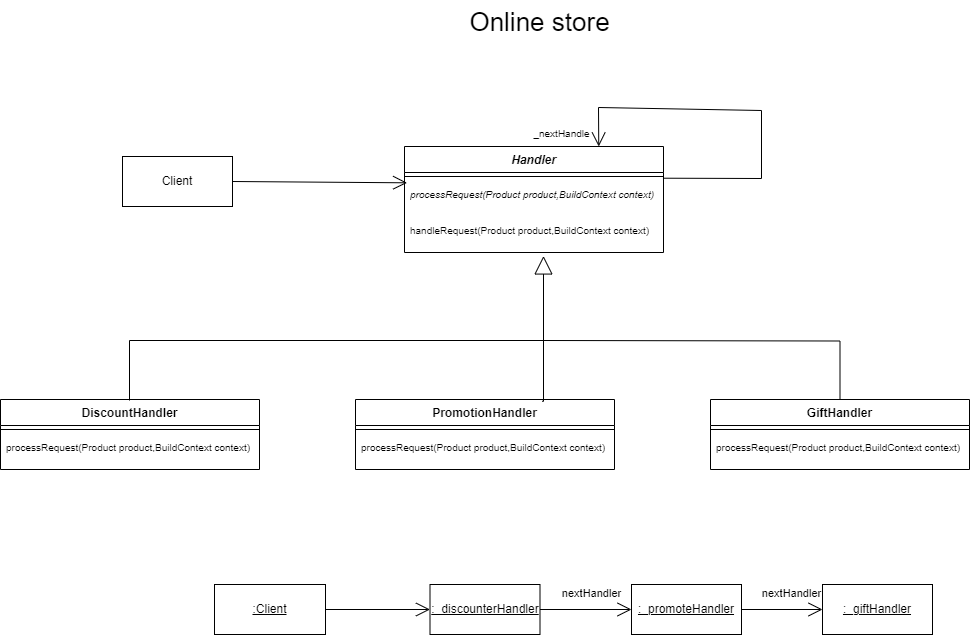
The draw.io diagram diagram.drawio.png in xiangxiang3451/OOAP_03, before a commit. Source tidied: cells renumbered, new cells last; positions are measured from the earlier drawing's top-left corner, leaving out a move shared by most shapes.
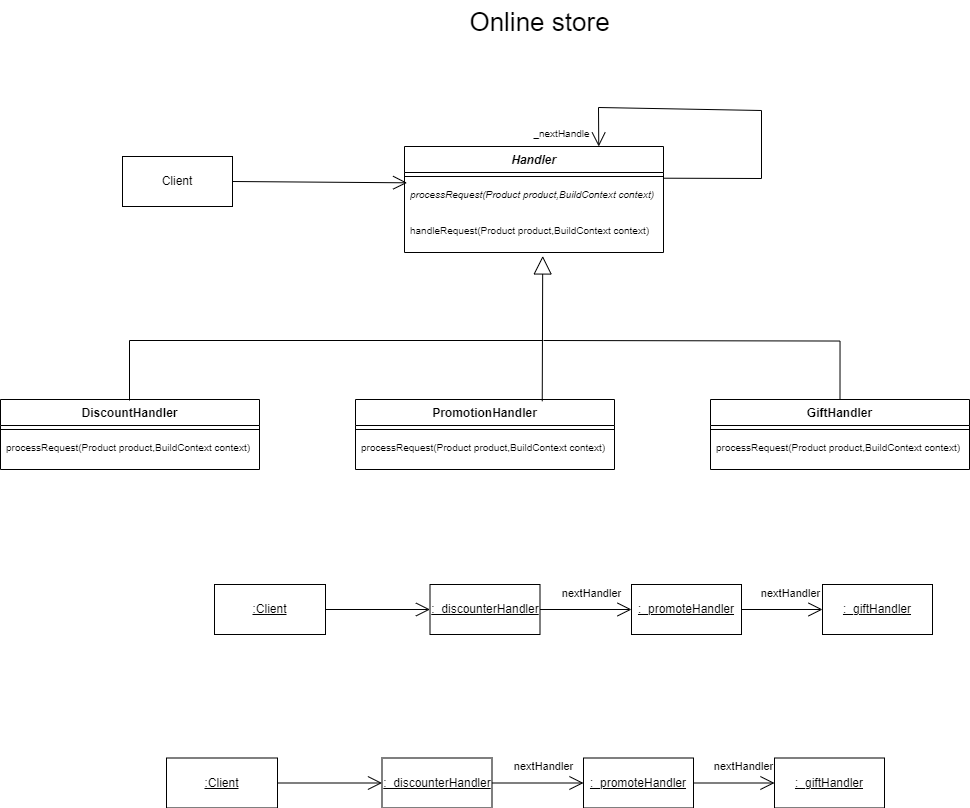
After the change.

The edit, as a diff of the source:
```diff
@@ -107,5 +107,32 @@
     <mxCell id="31" value="&lt;font style=&quot;font-size: 11px;&quot;&gt;nextHandler&lt;/font&gt;" style="text;html=1;align=center;verticalAlign=middle;strokeColor=none;fillColor=none;fontSize=16;" parent="1" vertex="1">
       <mxGeometry x="752" y="575.5" width="77" height="31" as="geometry" />
     </mxCell>
+    <mxCell id="32" value="&lt;u&gt;:Client&lt;/u&gt;" style="html=1;whiteSpace=wrap;" parent="1" vertex="1">
+      <mxGeometry x="166" y="757.5" width="111" height="50" as="geometry" />
+    </mxCell>
+    <mxCell id="33" value="&lt;u&gt;:_discounterHandler&lt;/u&gt;" style="html=1;whiteSpace=wrap;" parent="1" vertex="1">
+      <mxGeometry x="381.5" y="757.5" width="110" height="50" as="geometry" />
+    </mxCell>
+    <mxCell id="34" value="&lt;u&gt;:_promoteHandler&lt;/u&gt;" style="html=1;whiteSpace=wrap;" parent="1" vertex="1">
+      <mxGeometry x="583" y="757.5" width="110" height="50" as="geometry" />
+    </mxCell>
+    <mxCell id="35" value="&lt;u&gt;:_giftHandler&lt;/u&gt;" style="html=1;whiteSpace=wrap;" parent="1" vertex="1">
+      <mxGeometry x="774" y="757.5" width="110" height="50" as="geometry" />
+    </mxCell>
+    <mxCell id="36" style="endArrow=open;endFill=1;endSize=12;html=1;rounded=0;fontSize=12;curved=1;entryX=0;entryY=0.5;entryDx=0;entryDy=0;exitX=1;exitY=0.5;exitDx=0;exitDy=0;" parent="1" edge="1" source="32" target="33">
+      <mxGeometry relative="1" as="geometry" />
+    </mxCell>
+    <mxCell id="37" style="endArrow=open;endFill=1;endSize=12;html=1;rounded=0;fontSize=12;curved=1;entryX=0;entryY=0.5;entryDx=0;entryDy=0;exitX=1;exitY=0.5;exitDx=0;exitDy=0;" parent="1" edge="1" source="33" target="34">
+      <mxGeometry relative="1" as="geometry" />
+    </mxCell>
+    <mxCell id="38" style="endArrow=open;endFill=1;endSize=12;html=1;rounded=0;fontSize=12;curved=1;entryX=0;entryY=0.5;entryDx=0;entryDy=0;exitX=1;exitY=0.5;exitDx=0;exitDy=0;" parent="1" edge="1" source="34" target="35">
+      <mxGeometry relative="1" as="geometry" />
+    </mxCell>
+    <mxCell id="39" value="&lt;font style=&quot;font-size: 11px;&quot;&gt;nextHandler&lt;/font&gt;" style="text;html=1;align=center;verticalAlign=middle;strokeColor=none;fillColor=none;fontSize=16;" parent="1" vertex="1">
+      <mxGeometry x="504.5" y="749" width="77" height="31" as="geometry" />
+    </mxCell>
+    <mxCell id="40" value="&lt;font style=&quot;font-size: 11px;&quot;&gt;nextHandler&lt;/font&gt;" style="text;html=1;align=center;verticalAlign=middle;strokeColor=none;fillColor=none;fontSize=16;" parent="1" vertex="1">
+      <mxGeometry x="704" y="749" width="77" height="31" as="geometry" />
+    </mxCell>
   </root>
 </mxGraphModel>
```
